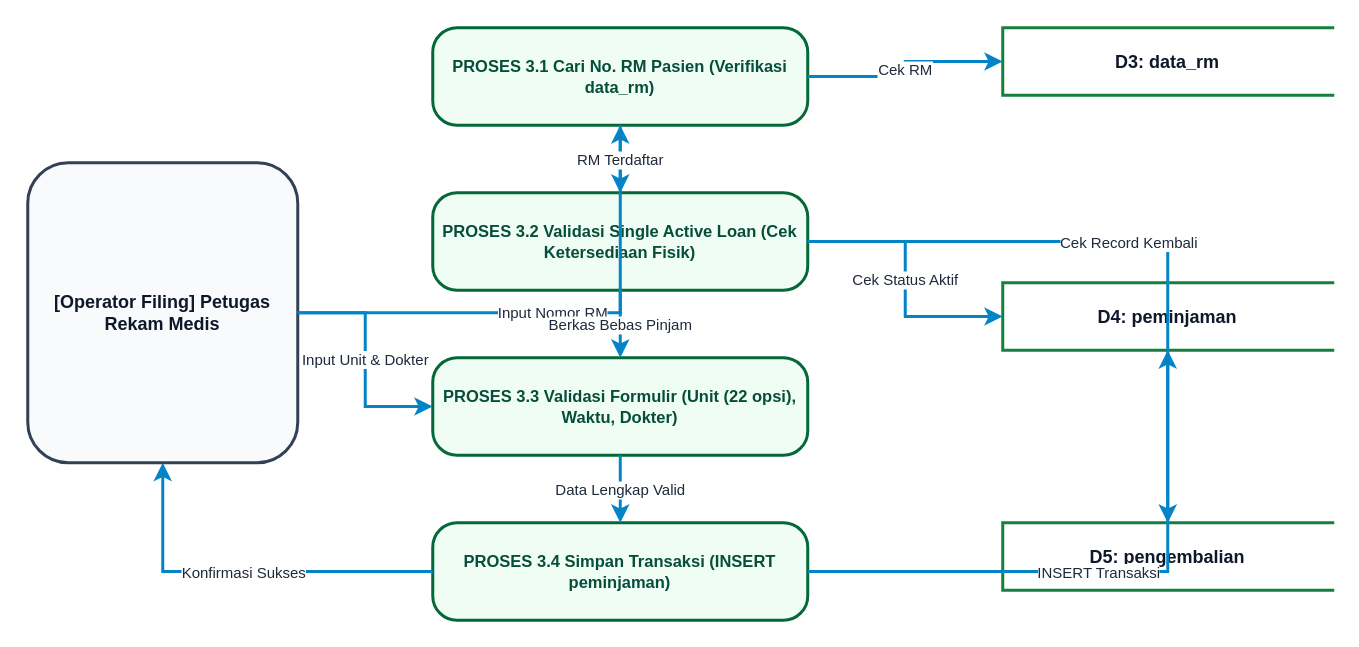
Above: docs/dokumentasi-project/assets/diagram-final/DFD/detail/DFD_Peminjaman.drawio in ghozahimma65/peminjaman-rm (draw.io), before the change. Source tidied: cells renumbered, new cells numbered last; positions are measured from the earlier drawing's top-left corner, leaving out a move shared by most shapes. Both pictures are drawn from the tidied source at 150%, with x=0, y=0 at pixel (27, 27).
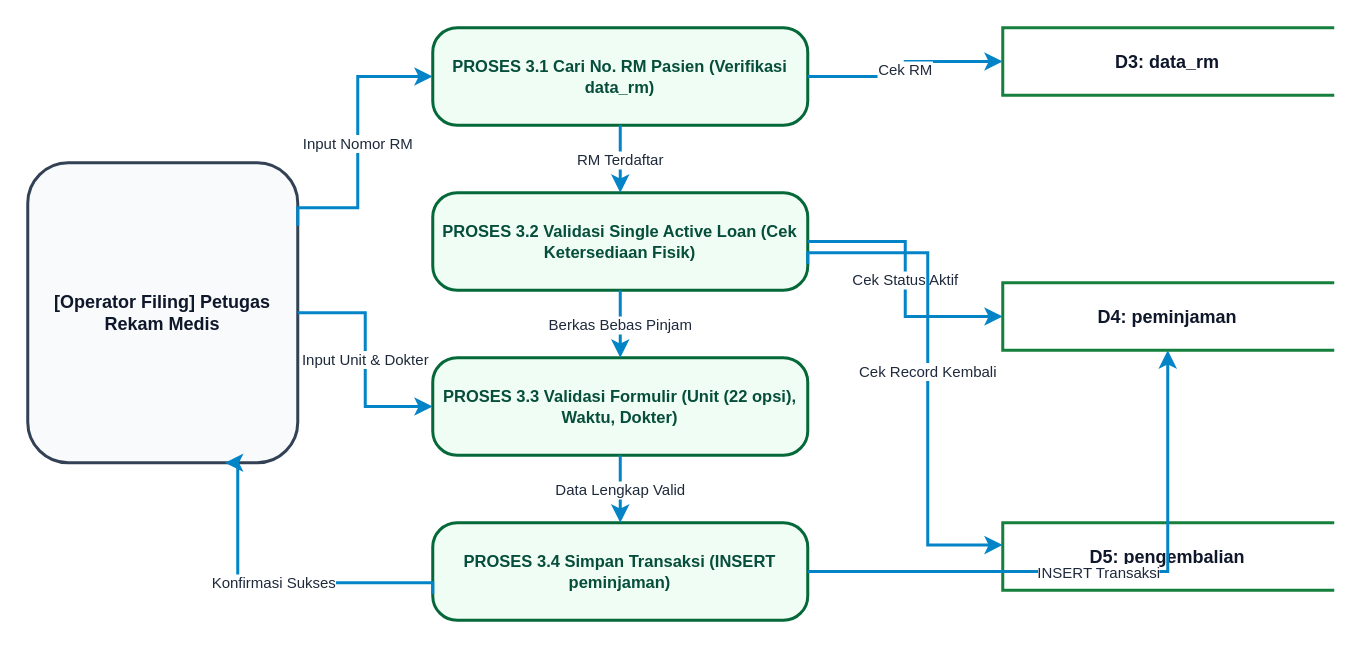
After the change.

The change refers to these unchanged cells:
```xml
<mxCell id="2" value="[Operator Filing] Petugas Rekam Medis" style="rounded=1;whiteSpace=wrap;html=1;fillColor=#f8fafc;strokeColor=#334155;strokeWidth=2;fontStyle=1;fontSize=12;fontColor=#0f172a;align=center;" parent="1" vertex="1">
  <mxGeometry y="90" width="180" height="200" as="geometry" />
</mxCell>
<mxCell id="3" value="PROSES 3.1  Cari No. RM Pasien (Verifikasi data_rm)" style="rounded=1;arcSize=25;whiteSpace=wrap;html=1;fillColor=#f0fdf4;strokeColor=#056839;strokeWidth=2;fontStyle=1;fontSize=11;fontColor=#064e3b;align=center;" parent="1" vertex="1">
  <mxGeometry x="270" width="250" height="65" as="geometry" />
</mxCell>
<mxCell id="4" value="PROSES 3.2  Validasi Single Active Loan (Cek Ketersediaan Fisik)" style="rounded=1;arcSize=25;whiteSpace=wrap;html=1;fillColor=#f0fdf4;strokeColor=#056839;strokeWidth=2;fontStyle=1;fontSize=11;fontColor=#064e3b;align=center;" parent="1" vertex="1">
  <mxGeometry x="270" y="110" width="250" height="65" as="geometry" />
</mxCell>
<mxCell id="6" value="PROSES 3.4  Simpan Transaksi (INSERT peminjaman)" style="rounded=1;arcSize=25;whiteSpace=wrap;html=1;fillColor=#f0fdf4;strokeColor=#056839;strokeWidth=2;fontStyle=1;fontSize=11;fontColor=#064e3b;align=center;" parent="1" vertex="1">
  <mxGeometry x="270" y="330" width="250" height="65" as="geometry" />
</mxCell>
<mxCell id="9" value="D5: pengembalian" style="shape=partialRectangle;top=1;bottom=1;left=1;right=0;fillColor=#ffffff;strokeColor=#15803d;strokeWidth=2;fontStyle=1;fontSize=12;fontColor=#0f172a;align=center;" parent="1" vertex="1">
  <mxGeometry x="650" y="330" width="220" height="45" as="geometry" />
</mxCell>
```

Change to the diagram source:
```diff
@@
-    <mxCell id="10" value="Input Nomor RM" style="edgeStyle=orthogonalEdgeStyle;rounded=0;jettySize=auto;html=1;strokeColor=#0284c7;strokeWidth=2;fontSize=10;fontColor=#1e293b;" parent="1" edge="1" source="2" target="3">
-      <mxGeometry relative="1" as="geometry" />
+    <mxCell id="10" value="Input Nomor RM" style="edgeStyle=orthogonalEdgeStyle;rounded=0;jettySize=auto;html=1;exitX=1;exitY=0.21;exitDx=0;exitDy=0;entryX=0;entryY=0.5;entryDx=0;entryDy=0;strokeColor=#0284c7;strokeWidth=2;fontSize=10;fontColor=#1e293b;" parent="1" edge="1" source="2" target="3">
+      <mxGeometry relative="1" as="geometry">
+        <Array as="points">
+          <mxPoint x="220" y="120" />
+          <mxPoint x="220" y="32" />
+        </Array>
+      </mxGeometry>
     </mxCell>
@@
-    <mxCell id="14" value="Cek Record Kembali" style="edgeStyle=orthogonalEdgeStyle;rounded=0;jettySize=auto;html=1;strokeColor=#0284c7;strokeWidth=2;fontSize=10;fontColor=#1e293b;" parent="1" edge="1" source="4" target="9">
-      <mxGeometry relative="1" as="geometry" />
+    <mxCell id="14" value="Cek Record Kembali" style="edgeStyle=orthogonalEdgeStyle;rounded=0;jettySize=auto;html=1;exitX=1;exitY=0.73;exitDx=0;exitDy=0;entryX=0;entryY=0.33;entryDx=0;entryDy=0;strokeColor=#0284c7;strokeWidth=2;fontSize=10;fontColor=#1e293b;" parent="1" edge="1" source="4" target="9">
+      <mxGeometry relative="1" as="geometry">
+        <Array as="points">
+          <mxPoint x="600" y="150" />
+          <mxPoint x="600" y="345" />
+        </Array>
+      </mxGeometry>
     </mxCell>
@@
-    <mxCell id="19" value="Konfirmasi Sukses" style="edgeStyle=orthogonalEdgeStyle;rounded=0;jettySize=auto;html=1;strokeColor=#0284c7;strokeWidth=2;fontSize=10;fontColor=#1e293b;" parent="1" edge="1" source="6" target="2">
-      <mxGeometry relative="1" as="geometry" />
+    <mxCell id="19" value="Konfirmasi Sukses" style="edgeStyle=orthogonalEdgeStyle;rounded=0;jettySize=auto;html=1;exitX=0;exitY=0.73;exitDx=0;exitDy=0;entryX=0.73;entryY=1;entryDx=0;entryDy=0;strokeColor=#0284c7;strokeWidth=2;fontSize=10;fontColor=#1e293b;" parent="1" edge="1" source="6" target="2">
+      <mxGeometry relative="1" as="geometry">
+        <Array as="points">
+          <mxPoint x="140" y="370" />
+        </Array>
+      </mxGeometry>
     </mxCell>
```
